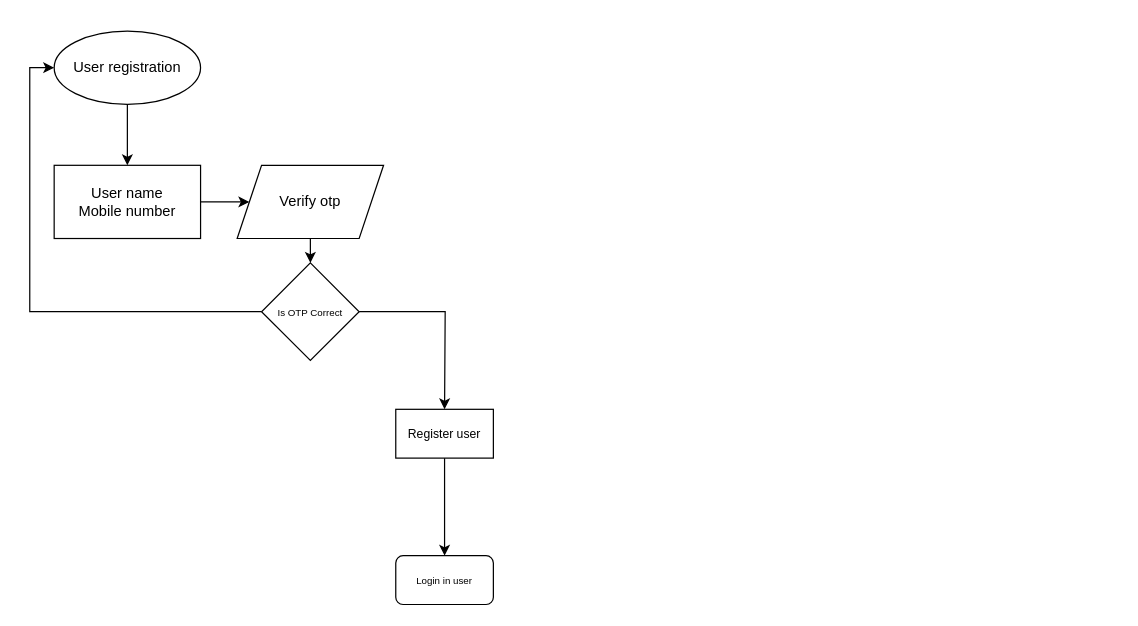
Above: draw.io/adyud-me-personal.drawio in AbhiramKrishnaM/Ideas (draw.io), before the change. Source tidied: cells renumbered, new cells numbered last; positions are measured from the earlier drawing's top-left corner, leaving out a move shared by most shapes. Both pictures are drawn from the tidied source at 122%, with x=0, y=0 at pixel (54, 30).
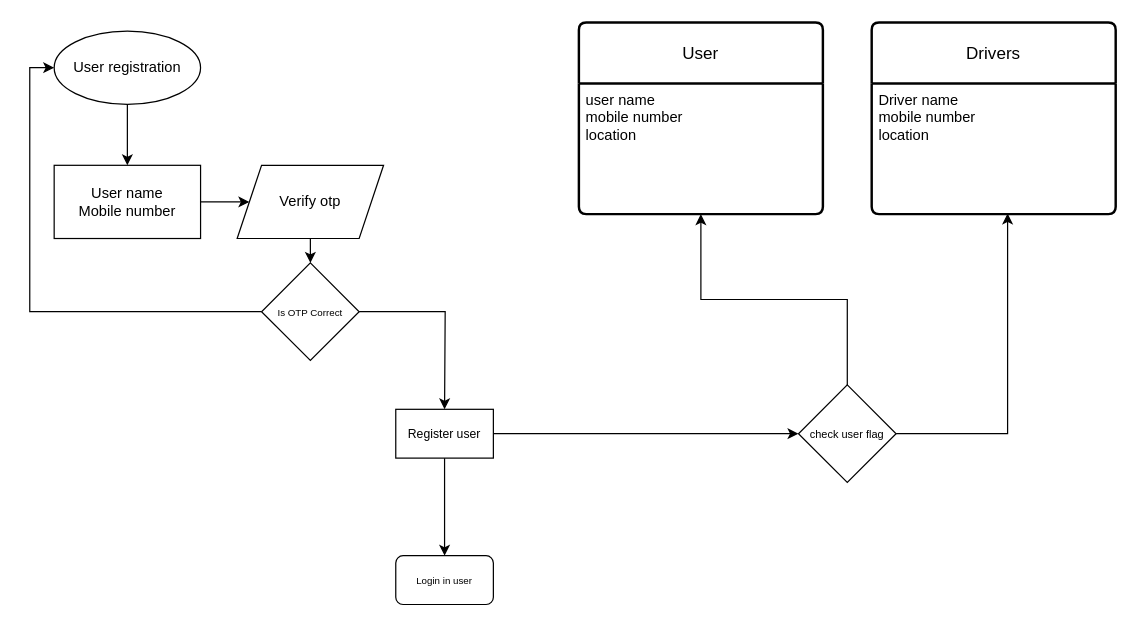
The same page after the edit.

The change refers to these unchanged cells:
```xml
<mxCell id="12" value="&lt;font style=&quot;font-size: 10px;&quot;&gt;Register user&lt;br&gt;&lt;/font&gt;" style="rounded=0;whiteSpace=wrap;html=1;" parent="1" vertex="1">
  <mxGeometry x="279.9" y="310" width="80" height="40" as="geometry" />
</mxCell>
```

Diff of the diagram source:
```diff
@@
+    <mxCell id="14" style="edgeStyle=orthogonalEdgeStyle;rounded=0;jettySize=auto;html=1;entryX=0;entryY=0.5;entryDx=0;entryDy=0;" parent="1" edge="1" source="12" target="21">
+      <mxGeometry relative="1" as="geometry" />
+    </mxCell>
@@
+    <mxCell id="15" value="User" style="swimlane;horizontal=1;startSize=50;rounded=1;fontSize=14;fontStyle=0;strokeWidth=2;shadow=0;dashed=0;align=center;arcSize=4;whiteSpace=wrap;html=1;" parent="1" vertex="1">
+      <mxGeometry x="430" y="-7" width="200" height="157" as="geometry" />
+    </mxCell>
+    <mxCell id="16" value="&lt;div&gt;user name&lt;/div&gt;&lt;div&gt;mobile number&lt;/div&gt;&lt;div&gt;location&lt;/div&gt;&lt;div&gt;&lt;br&gt;&lt;/div&gt;" style="align=left;strokeColor=none;fillColor=none;spacingLeft=4;fontSize=12;verticalAlign=top;html=1;" parent="15" vertex="1">
+      <mxGeometry y="50" width="200" height="107" as="geometry" />
+    </mxCell>
+    <mxCell id="17" value="Drivers" style="swimlane;horizontal=1;startSize=50;rounded=1;fontSize=14;fontStyle=0;strokeWidth=2;shadow=0;dashed=0;align=center;arcSize=4;whiteSpace=wrap;html=1;" parent="1" vertex="1">
+      <mxGeometry x="670" y="-7" width="200" height="157" as="geometry" />
+    </mxCell>
+    <mxCell id="18" value="&lt;div&gt;Driver name &lt;br&gt;&lt;/div&gt;&lt;div&gt;mobile number&lt;/div&gt;&lt;div&gt;location&lt;/div&gt;&lt;div&gt;&lt;br&gt;&lt;/div&gt;" style="align=left;strokeColor=none;fillColor=none;spacingLeft=4;fontSize=12;verticalAlign=top;html=1;" parent="17" vertex="1">
+      <mxGeometry y="50" width="200" height="107" as="geometry" />
+    </mxCell>
+    <mxCell id="19" style="edgeStyle=orthogonalEdgeStyle;rounded=0;jettySize=auto;html=1;exitX=0.5;exitY=0;exitDx=0;exitDy=0;entryX=0.5;entryY=1;entryDx=0;entryDy=0;" parent="1" edge="1" source="21" target="16">
+      <mxGeometry relative="1" as="geometry" />
+    </mxCell>
+    <mxCell id="20" style="edgeStyle=orthogonalEdgeStyle;rounded=0;jettySize=auto;html=1;exitX=1;exitY=0.5;exitDx=0;exitDy=0;entryX=0.557;entryY=0.995;entryDx=0;entryDy=0;entryPerimeter=0;" parent="1" edge="1" source="21" target="18">
+      <mxGeometry relative="1" as="geometry" />
+    </mxCell>
+    <mxCell id="21" value="&lt;font style=&quot;font-size: 9px;&quot;&gt;check user flag&lt;font&gt;&lt;br&gt;&lt;/font&gt;&lt;/font&gt;" style="rhombus;whiteSpace=wrap;html=1;" parent="1" vertex="1">
+      <mxGeometry x="610" y="290" width="80" height="80" as="geometry" />
+    </mxCell>
```
